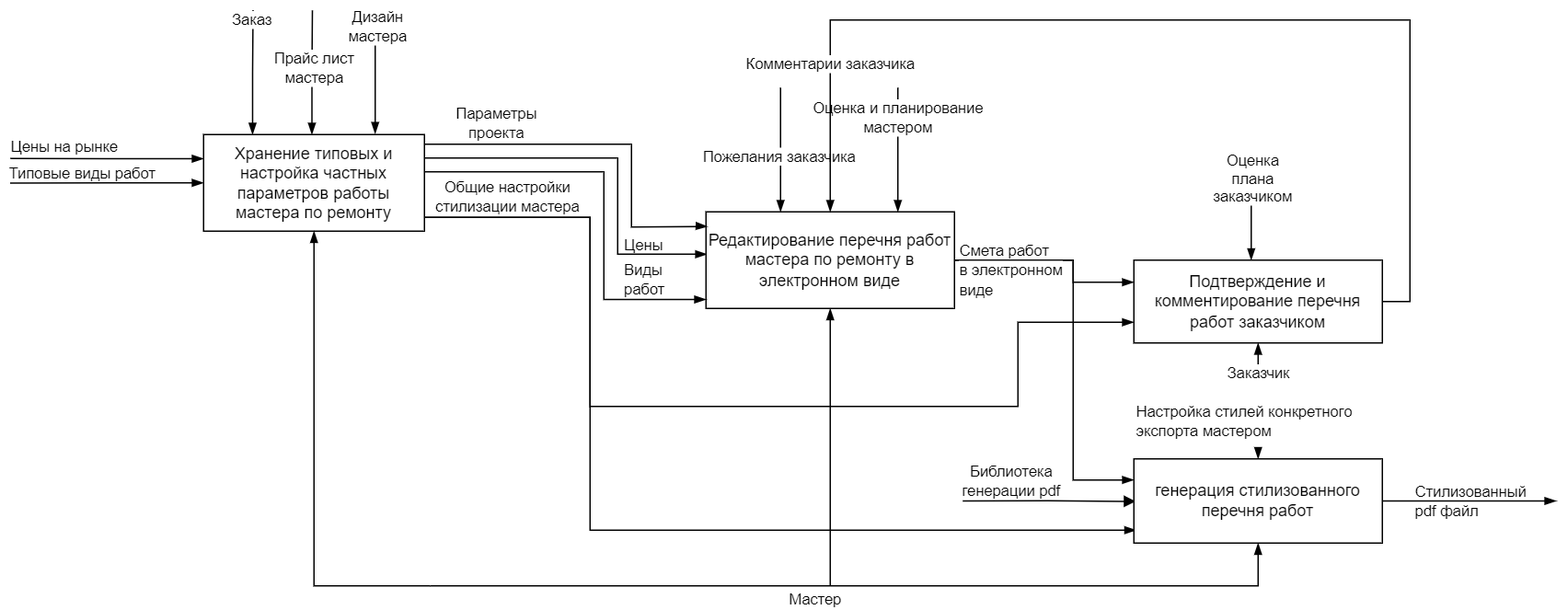
mrr000/gb_module2 keeps this draw.io diagram as 2/gb_module2_2-1.drawio.png. Above is the earlier version. Source tidied: cells renumbered, new cells last; positions are measured from the earlier drawing's top-left corner, leaving out a move shared by most shapes.
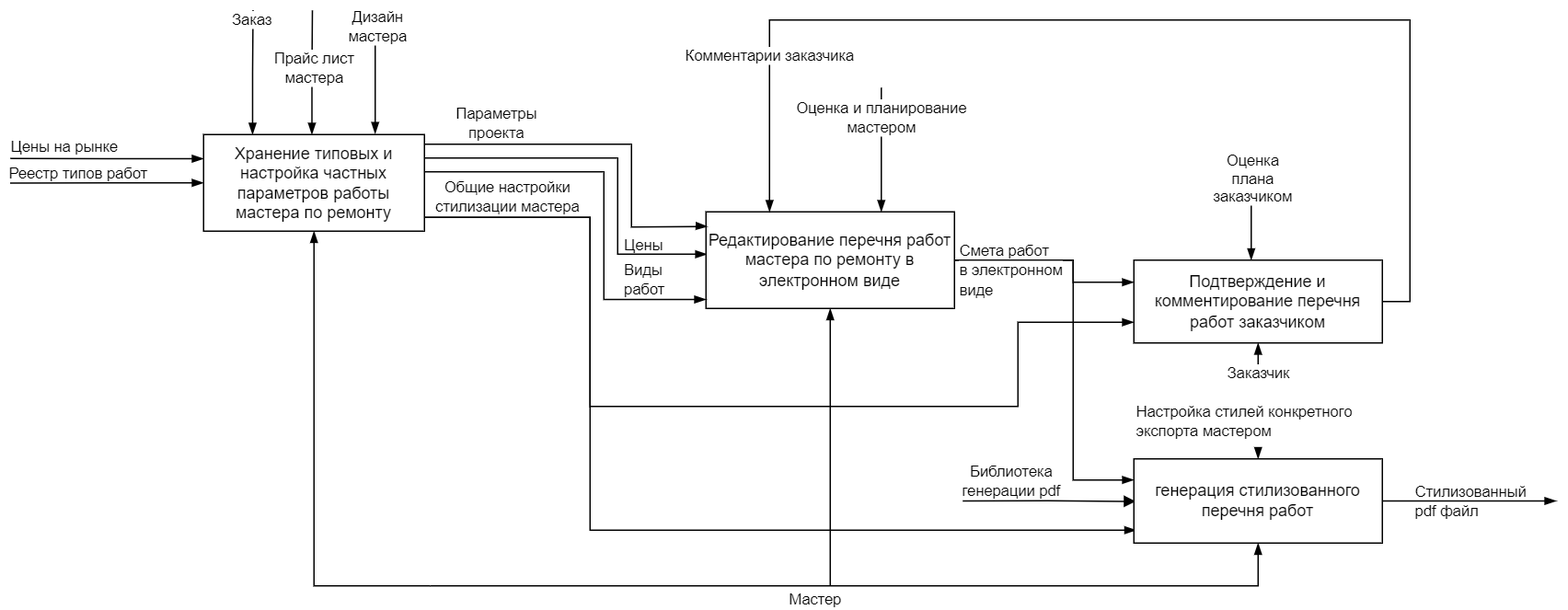
After the commit.

Commit message:
Updates diagramms by comment, adds images to readme

What changed in the source:
```diff
@@ -4,11 +4,11 @@
     <mxCell id="1" parent="0" />
     <mxCell id="2" style="edgeStyle=orthogonalEdgeStyle;rounded=0;orthogonalLoop=1;jettySize=auto;exitX=0.25;exitY=0;exitDx=0;exitDy=0;endArrow=none;endFill=0;startArrow=blockThin;startFill=1;html=1;labelBorderColor=none;" parent="1" edge="1">
       <mxGeometry relative="1" as="geometry">
-        <mxPoint x="643" y="146" as="sourcePoint" />
-        <mxPoint x="643" y="56" as="targetPoint" />
+        <mxPoint x="631" y="146" as="sourcePoint" />
+        <mxPoint x="631" y="56" as="targetPoint" />
         <Array as="points">
-          <mxPoint x="643" y="116" />
-          <mxPoint x="643" y="116" />
+          <mxPoint x="631" y="116" />
+          <mxPoint x="631" y="116" />
         </Array>
       </mxGeometry>
     </mxCell>
@@ -22,21 +22,6 @@
         <mxPoint x="594" y="417" as="targetPoint" />
       </mxGeometry>
     </mxCell>
-    <mxCell id="5" style="edgeStyle=orthogonalEdgeStyle;rounded=0;orthogonalLoop=1;jettySize=auto;html=1;exitX=0.75;exitY=0;exitDx=0;exitDy=0;labelBorderColor=none;startArrow=blockThin;startFill=1;endArrow=none;endFill=0;" parent="1" edge="1">
-      <mxGeometry relative="1" as="geometry">
-        <mxPoint x="558" y="146" as="sourcePoint" />
-        <mxPoint x="558" y="56" as="targetPoint" />
-        <Array as="points">
-          <mxPoint x="558" y="101" />
-          <mxPoint x="558" y="101" />
-        </Array>
-      </mxGeometry>
-    </mxCell>
-    <mxCell id="6" value="Пожелания заказчика" style="edgeLabel;html=1;align=center;verticalAlign=middle;" parent="5" vertex="1">
-      <mxGeometry x="0.21" y="1" relative="1" as="geometry">
-        <mxPoint y="14" as="offset" />
-      </mxGeometry>
-    </mxCell>
     <mxCell id="7" style="edgeStyle=orthogonalEdgeStyle;rounded=0;jettySize=auto;html=1;entryX=1;entryY=0.5;entryDx=0;entryDy=0;labelBorderColor=none;startArrow=blockThin;startFill=1;endArrow=none;endFill=0;" parent="1" edge="1" source="41" target="11">
       <mxGeometry relative="1" as="geometry">
         <Array as="points">
@@ -175,9 +160,9 @@
         <mxPoint y="125.2" as="targetPoint" />
       </mxGeometry>
     </mxCell>
-    <mxCell id="28" value="Типовые виды работ" style="edgeLabel;html=1;align=center;verticalAlign=middle;" parent="27" vertex="1">
+    <mxCell id="28" value="Реестр типов работ" style="edgeLabel;html=1;align=center;verticalAlign=middle;" parent="27" vertex="1">
       <mxGeometry x="0.63" y="1" relative="1" as="geometry">
-        <mxPoint x="26" y="-9" as="offset" />
+        <mxPoint x="23" y="-9" as="offset" />
       </mxGeometry>
     </mxCell>
     <mxCell id="29" style="edgeStyle=orthogonalEdgeStyle;rounded=0;jettySize=auto;html=1;exitX=0;exitY=0.25;exitDx=0;exitDy=0;labelBorderColor=none;startArrow=blockThin;startFill=1;endArrow=none;endFill=0;" parent="1" edge="1" source="33">
@@ -234,10 +219,10 @@
     <mxCell id="37" value="Оценка&lt;br&gt;плана&lt;br&gt;заказчиком" style="edgeLabel;html=1;align=center;verticalAlign=middle;" parent="36" vertex="1">
       <mxGeometry x="0.85" y="-1" relative="1" as="geometry" />
     </mxCell>
-    <mxCell id="38" style="edgeStyle=orthogonalEdgeStyle;rounded=0;jettySize=auto;html=1;exitX=0.5;exitY=0;exitDx=0;exitDy=0;entryX=1;entryY=0.5;entryDx=0;entryDy=0;labelBorderColor=none;startArrow=blockThin;startFill=1;endArrow=none;endFill=0;" parent="1" edge="1" source="11" target="41">
+    <mxCell id="38" style="edgeStyle=orthogonalEdgeStyle;rounded=0;jettySize=auto;html=1;entryX=1;entryY=0.5;entryDx=0;entryDy=0;labelBorderColor=none;startArrow=blockThin;startFill=1;endArrow=none;endFill=0;" parent="1" edge="1" source="11" target="41">
       <mxGeometry relative="1" as="geometry">
         <Array as="points">
-          <mxPoint x="594" y="7" />
+          <mxPoint x="550" y="7" />
           <mxPoint x="1014" y="7" />
           <mxPoint x="1014" y="211" />
         </Array>
```
